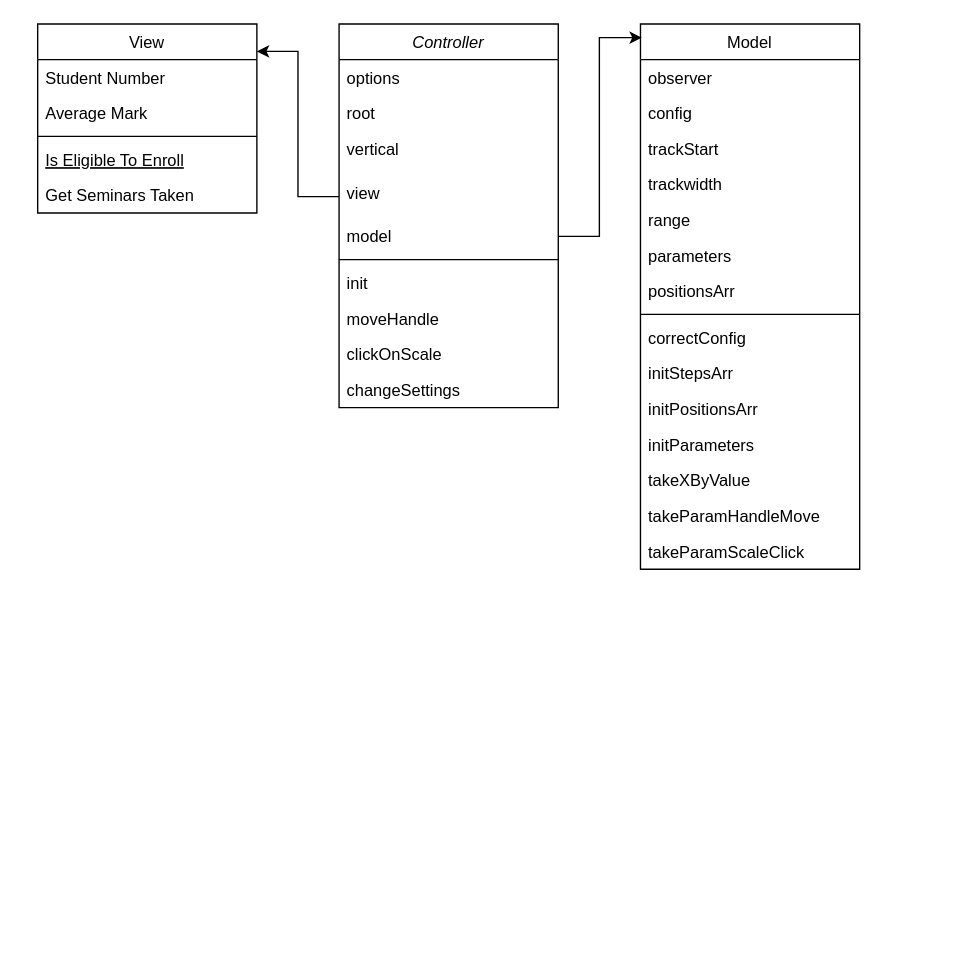
galiaMuslimova/Slider keeps this draw.io diagram as Untitled Diagram.drawio. Above is the earlier version. Source tidied: cells renumbered, new cells numbered last; positions are measured from the earlier drawing's top-left corner, leaving out a move shared by most shapes. Both pictures are drawn from the tidied source at 137%, with x=0, y=0 at pixel (37, 23).
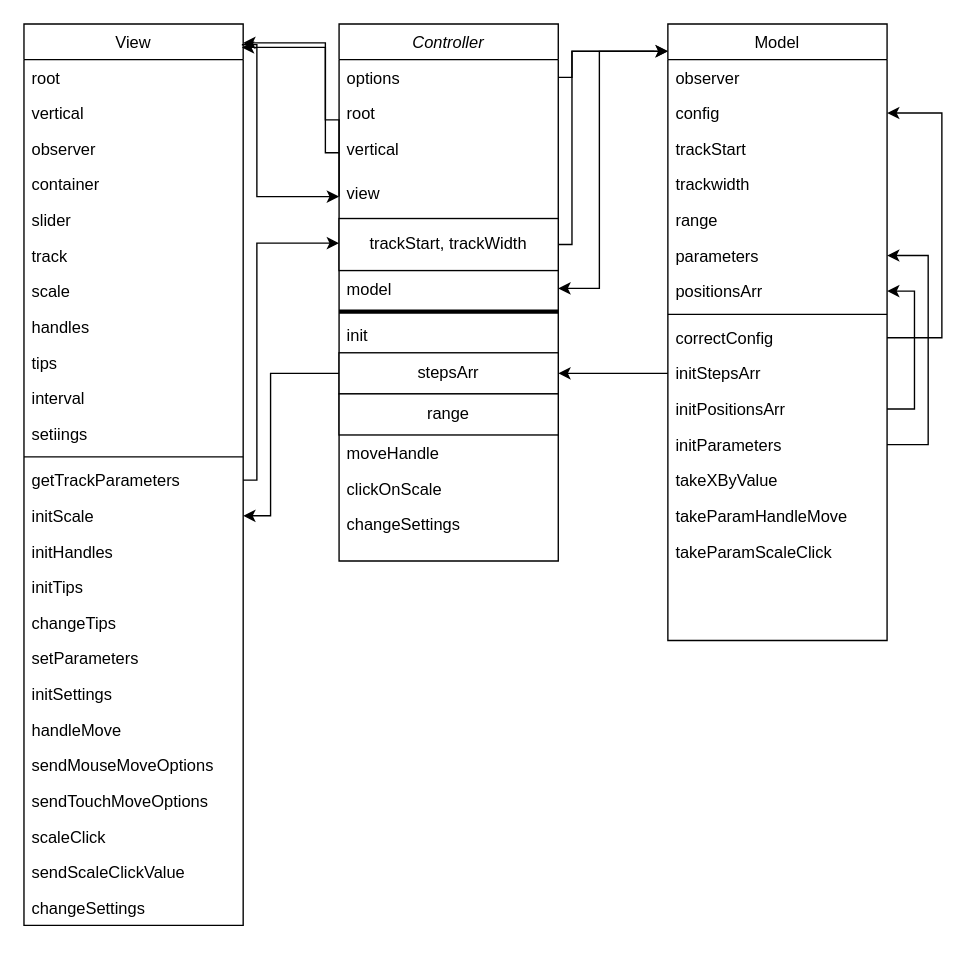
The same page after the edit.

The change refers to these unchanged cells:
```xml
<mxCell id="15" value="positionsArr" style="text;align=left;verticalAlign=top;spacingLeft=4;spacingRight=4;overflow=hidden;points=[[0,0.5],[1,0.5]];portConstraint=eastwest;" parent="8" vertex="1">
  <mxGeometry y="182" width="160" height="26" as="geometry" />
</mxCell>
<mxCell id="17" value="correctConfig" style="text;align=left;verticalAlign=top;spacingLeft=4;spacingRight=4;overflow=hidden;points=[[0,0.5],[1,0.5]];portConstraint=eastwest;rounded=0;shadow=0;html=0;" parent="8" vertex="1">
  <mxGeometry y="216" width="160" height="26" as="geometry" />
</mxCell>
<mxCell id="18" value="initStepsArr" style="text;align=left;verticalAlign=top;spacingLeft=4;spacingRight=4;overflow=hidden;points=[[0,0.5],[1,0.5]];portConstraint=eastwest;rounded=0;shadow=0;html=0;" parent="8" vertex="1">
  <mxGeometry y="242" width="160" height="26" as="geometry" />
</mxCell>
<mxCell id="19" value="initPositionsArr" style="text;align=left;verticalAlign=top;spacingLeft=4;spacingRight=4;overflow=hidden;points=[[0,0.5],[1,0.5]];portConstraint=eastwest;rounded=0;shadow=0;html=0;" parent="8" vertex="1">
  <mxGeometry y="268" width="160" height="26" as="geometry" />
</mxCell>
<mxCell id="20" value="initParameters" style="text;align=left;verticalAlign=top;spacingLeft=4;spacingRight=4;overflow=hidden;points=[[0,0.5],[1,0.5]];portConstraint=eastwest;rounded=0;shadow=0;html=0;" parent="8" vertex="1">
  <mxGeometry y="294" width="160" height="26" as="geometry" />
</mxCell>
<mxCell id="25" value="options" style="text;align=left;verticalAlign=top;spacingLeft=4;spacingRight=4;overflow=hidden;points=[[0,0.5],[1,0.5]];portConstraint=eastwest;" parent="24" vertex="1">
  <mxGeometry y="26" width="160" height="26" as="geometry" />
</mxCell>
<mxCell id="27" value="vertical" style="text;align=left;verticalAlign=top;spacingLeft=4;spacingRight=4;overflow=hidden;points=[[0,0.5],[1,0.5]];portConstraint=eastwest;rounded=0;shadow=0;html=0;" parent="24" vertex="1">
  <mxGeometry y="78" width="160" height="32" as="geometry" />
</mxCell>
<mxCell id="28" value="view" style="text;align=left;verticalAlign=top;spacingLeft=4;spacingRight=4;overflow=hidden;points=[[0,0.5],[1,0.5]];portConstraint=eastwest;rounded=0;shadow=0;html=0;" parent="24" vertex="1">
  <mxGeometry y="110" width="160" height="32" as="geometry" />
</mxCell>
```

Diff of the diagram source:
```diff
@@
     <mxCell id="2" value="View" style="swimlane;fontStyle=0;align=center;verticalAlign=top;horizontal=1;startSize=26;rounded=0;shadow=0;strokeWidth=1;" parent="1" vertex="1">
-      <mxGeometry width="160" height="138" as="geometry" />
+      <mxGeometry x="-10" width="160" height="658" as="geometry" />
     </mxCell>
+    <mxCell id="37" value="root" style="text;align=left;verticalAlign=top;spacingLeft=4;spacingRight=4;overflow=hidden;rounded=0;shadow=0;html=0;" parent="2" vertex="1">
+      <mxGeometry y="26" width="160" height="26" as="geometry" />
+    </mxCell>
-    <mxCell id="3" value="Student Number" style="text;align=left;verticalAlign=top;spacingLeft=4;spacingRight=4;overflow=hidden;" parent="2" vertex="1">
-      <mxGeometry y="26" width="160" height="26" as="geometry" />
+    <mxCell id="3" value="vertical" style="text;align=left;verticalAlign=top;spacingLeft=4;spacingRight=4;overflow=hidden;" parent="2" vertex="1">
+      <mxGeometry y="52" width="160" height="26" as="geometry" />
     </mxCell>
+    <mxCell id="38" value="observer" style="text;align=left;verticalAlign=top;spacingLeft=4;spacingRight=4;overflow=hidden;rounded=0;shadow=0;html=0;" parent="2" vertex="1">
+      <mxGeometry y="78" width="160" height="26" as="geometry" />
+    </mxCell>
+    <mxCell id="39" value="container" style="text;align=left;verticalAlign=top;spacingLeft=4;spacingRight=4;overflow=hidden;rounded=0;shadow=0;html=0;" parent="2" vertex="1">
+      <mxGeometry y="104" width="160" height="26" as="geometry" />
+    </mxCell>
+    <mxCell id="40" value="slider" style="text;align=left;verticalAlign=top;spacingLeft=4;spacingRight=4;overflow=hidden;rounded=0;shadow=0;html=0;" parent="2" vertex="1">
+      <mxGeometry y="130" width="160" height="26" as="geometry" />
+    </mxCell>
+    <mxCell id="41" value="track" style="text;align=left;verticalAlign=top;spacingLeft=4;spacingRight=4;overflow=hidden;rounded=0;shadow=0;html=0;" parent="2" vertex="1">
+      <mxGeometry y="156" width="160" height="26" as="geometry" />
+    </mxCell>
+    <mxCell id="42" value="scale" style="text;align=left;verticalAlign=top;spacingLeft=4;spacingRight=4;overflow=hidden;rounded=0;shadow=0;html=0;" parent="2" vertex="1">
+      <mxGeometry y="182" width="160" height="26" as="geometry" />
+    </mxCell>
+    <mxCell id="43" value="handles" style="text;align=left;verticalAlign=top;spacingLeft=4;spacingRight=4;overflow=hidden;rounded=0;shadow=0;html=0;" parent="2" vertex="1">
+      <mxGeometry y="208" width="160" height="26" as="geometry" />
+    </mxCell>
-    <mxCell id="4" value="Average Mark" style="text;align=left;verticalAlign=top;spacingLeft=4;spacingRight=4;overflow=hidden;rounded=0;shadow=0;html=0;" parent="2" vertex="1">
-      <mxGeometry y="52" width="160" height="26" as="geometry" />
+    <mxCell id="4" value="tips" style="text;align=left;verticalAlign=top;spacingLeft=4;spacingRight=4;overflow=hidden;rounded=0;shadow=0;html=0;" parent="2" vertex="1">
+      <mxGeometry y="234" width="160" height="26" as="geometry" />
     </mxCell>
+    <mxCell id="44" value="interval" style="text;align=left;verticalAlign=top;spacingLeft=4;spacingRight=4;overflow=hidden;rounded=0;shadow=0;html=0;" parent="2" vertex="1">
+      <mxGeometry y="260" width="160" height="26" as="geometry" />
+    </mxCell>
+    <mxCell id="45" value="setiings" style="text;align=left;verticalAlign=top;spacingLeft=4;spacingRight=4;overflow=hidden;rounded=0;shadow=0;html=0;" parent="2" vertex="1">
+      <mxGeometry y="286" width="160" height="26" as="geometry" />
+    </mxCell>
     <mxCell id="5" style="line;html=1;strokeWidth=1;align=left;verticalAlign=middle;spacingTop=-1;spacingLeft=3;spacingRight=3;labelPosition=right;" parent="2" vertex="1">
-      <mxGeometry y="78" width="160" height="8" as="geometry" />
+      <mxGeometry y="312" width="160" height="8" as="geometry" />
     </mxCell>
-    <mxCell id="6" value="Is Eligible To Enroll" style="text;align=left;verticalAlign=top;spacingLeft=4;spacingRight=4;overflow=hidden;fontStyle=4;" parent="2" vertex="1">
-      <mxGeometry y="86" width="160" height="26" as="geometry" />
-    </mxCell>
+    <mxCell id="46" value="getTrackParameters" style="text;align=left;verticalAlign=top;spacingLeft=4;spacingRight=4;overflow=hidden;points=[[0,0.5],[1,0.5]];portConstraint=eastwest;" parent="2" vertex="1">
+      <mxGeometry y="320" width="160" height="26" as="geometry" />
+    </mxCell>
+    <mxCell id="47" value="initScale" style="text;align=left;verticalAlign=top;spacingLeft=4;spacingRight=4;overflow=hidden;points=[[0,0.5],[1,0.5]];portConstraint=eastwest;" parent="2" vertex="1">
+      <mxGeometry y="346" width="160" height="26" as="geometry" />
+    </mxCell>
+    <mxCell id="48" value="initHandles" style="text;align=left;verticalAlign=top;spacingLeft=4;spacingRight=4;overflow=hidden;" parent="2" vertex="1">
+      <mxGeometry y="372" width="160" height="26" as="geometry" />
+    </mxCell>
+    <mxCell id="49" value="initTips" style="text;align=left;verticalAlign=top;spacingLeft=4;spacingRight=4;overflow=hidden;" parent="2" vertex="1">
+      <mxGeometry y="398" width="160" height="26" as="geometry" />
+    </mxCell>
+    <mxCell id="50" value="changeTips" style="text;align=left;verticalAlign=top;spacingLeft=4;spacingRight=4;overflow=hidden;" parent="2" vertex="1">
+      <mxGeometry y="424" width="160" height="26" as="geometry" />
+    </mxCell>
+    <mxCell id="51" value="setParameters" style="text;align=left;verticalAlign=top;spacingLeft=4;spacingRight=4;overflow=hidden;" parent="2" vertex="1">
+      <mxGeometry y="450" width="160" height="26" as="geometry" />
+    </mxCell>
+    <mxCell id="52" value="initSettings" style="text;align=left;verticalAlign=top;spacingLeft=4;spacingRight=4;overflow=hidden;" parent="2" vertex="1">
+      <mxGeometry y="476" width="160" height="26" as="geometry" />
+    </mxCell>
+    <mxCell id="53" value="handleMove" style="text;align=left;verticalAlign=top;spacingLeft=4;spacingRight=4;overflow=hidden;" parent="2" vertex="1">
+      <mxGeometry y="502" width="160" height="26" as="geometry" />
+    </mxCell>
+    <mxCell id="54" value="sendMouseMoveOptions" style="text;align=left;verticalAlign=top;spacingLeft=4;spacingRight=4;overflow=hidden;" parent="2" vertex="1">
+      <mxGeometry y="528" width="160" height="26" as="geometry" />
+    </mxCell>
+    <mxCell id="55" value="sendTouchMoveOptions" style="text;align=left;verticalAlign=top;spacingLeft=4;spacingRight=4;overflow=hidden;" parent="2" vertex="1">
+      <mxGeometry y="554" width="160" height="26" as="geometry" />
+    </mxCell>
+    <mxCell id="56" value="scaleClick" style="text;align=left;verticalAlign=top;spacingLeft=4;spacingRight=4;overflow=hidden;" parent="2" vertex="1">
+      <mxGeometry y="580" width="160" height="26" as="geometry" />
+    </mxCell>
+    <mxCell id="57" value="sendScaleClickValue" style="text;align=left;verticalAlign=top;spacingLeft=4;spacingRight=4;overflow=hidden;" parent="2" vertex="1">
+      <mxGeometry y="606" width="160" height="26" as="geometry" />
+    </mxCell>
-    <mxCell id="7" value="Get Seminars Taken" style="text;align=left;verticalAlign=top;spacingLeft=4;spacingRight=4;overflow=hidden;" parent="2" vertex="1">
-      <mxGeometry y="112" width="160" height="26" as="geometry" />
+    <mxCell id="7" value="changeSettings" style="text;align=left;verticalAlign=top;spacingLeft=4;spacingRight=4;overflow=hidden;" parent="2" vertex="1">
+      <mxGeometry y="632" width="160" height="26" as="geometry" />
     </mxCell>
+    <mxCell id="58" style="edgeStyle=orthogonalEdgeStyle;rounded=0;jettySize=auto;html=1;entryX=1;entryY=0.5;entryDx=0;entryDy=0;" parent="1" edge="1" target="29">
+      <mxGeometry relative="1" as="geometry">
+        <mxPoint x="450" y="20" as="sourcePoint" />
+        <Array as="points">
+          <mxPoint x="410" y="20" />
+          <mxPoint x="410" y="193" />
+        </Array>
+      </mxGeometry>
+    </mxCell>
     <mxCell id="8" value="Model" style="swimlane;fontStyle=0;align=center;verticalAlign=top;horizontal=1;startSize=26;rounded=0;shadow=0;strokeWidth=1;" parent="1" vertex="1">
-      <mxGeometry x="440" width="160" height="398" as="geometry" />
+      <mxGeometry x="460" width="160" height="450" as="geometry" />
     </mxCell>
@@
+    <mxCell id="59" style="edgeStyle=orthogonalEdgeStyle;rounded=0;jettySize=auto;html=1;" parent="8" edge="1" source="19" target="15">
+      <mxGeometry relative="1" as="geometry">
+        <Array as="points">
+          <mxPoint x="180" y="281" />
+          <mxPoint x="180" y="195" />
+        </Array>
+      </mxGeometry>
+    </mxCell>
+    <mxCell id="60" style="edgeStyle=orthogonalEdgeStyle;rounded=0;jettySize=auto;html=1;" parent="8" edge="1" source="20">
+      <mxGeometry relative="1" as="geometry">
+        <mxPoint x="160" y="169" as="targetPoint" />
+        <Array as="points">
+          <mxPoint x="190" y="307" />
+          <mxPoint x="190" y="169" />
+        </Array>
+      </mxGeometry>
+    </mxCell>
+    <mxCell id="61" style="edgeStyle=orthogonalEdgeStyle;rounded=0;jettySize=auto;html=1;" parent="8" edge="1" source="17">
+      <mxGeometry relative="1" as="geometry">
+        <mxPoint x="160" y="65" as="targetPoint" />
+        <Array as="points">
+          <mxPoint x="200" y="229" />
+          <mxPoint x="200" y="65" />
+        </Array>
+      </mxGeometry>
+    </mxCell>
     <mxCell id="24" value="Controller" style="swimlane;fontStyle=2;align=center;verticalAlign=top;horizontal=1;startSize=26;rounded=0;shadow=0;strokeWidth=1;" parent="1" vertex="1">
-      <mxGeometry x="220" width="160" height="280" as="geometry" />
+      <mxGeometry x="220" width="160" height="392" as="geometry" />
     </mxCell>
@@
+    <mxCell id="62" value="trackStart, trackWidth" style="rounded=0;whiteSpace=wrap;html=1;" parent="24" vertex="1">
+      <mxGeometry y="142" width="160" height="38" as="geometry" />
+    </mxCell>
     <mxCell id="29" value="model" style="text;align=left;verticalAlign=top;spacingLeft=4;spacingRight=4;overflow=hidden;points=[[0,0.5],[1,0.5]];portConstraint=eastwest;" parent="24" vertex="1">
-      <mxGeometry y="142" width="160" height="26" as="geometry" />
+      <mxGeometry y="180" width="160" height="26" as="geometry" />
     </mxCell>
-    <mxCell id="30" style="line;html=1;strokeWidth=1;align=left;verticalAlign=middle;spacingTop=-1;spacingLeft=3;spacingRight=3;labelPosition=right;" parent="24" vertex="1">
-      <mxGeometry y="168" width="160" height="8" as="geometry" />
+    <mxCell id="30" style="line;html=1;strokeWidth=3;align=left;verticalAlign=middle;spacingTop=-1;spacingLeft=3;spacingRight=3;labelPosition=right;fontStyle=1;" parent="24" vertex="1">
+      <mxGeometry y="206" width="160" height="8" as="geometry" />
     </mxCell>
     <mxCell id="31" value="init" style="text;align=left;verticalAlign=top;spacingLeft=4;spacingRight=4;overflow=hidden;" parent="24" vertex="1">
-      <mxGeometry y="176" width="160" height="26" as="geometry" />
+      <mxGeometry y="214" width="160" height="26" as="geometry" />
     </mxCell>
+    <mxCell id="63" value="stepsArr" style="rounded=0;whiteSpace=wrap;html=1;" parent="24" vertex="1">
+      <mxGeometry y="240" width="160" height="30" as="geometry" />
+    </mxCell>
+    <mxCell id="64" value="range" style="rounded=0;whiteSpace=wrap;html=1;" parent="24" vertex="1">
+      <mxGeometry y="270" width="160" height="30" as="geometry" />
+    </mxCell>
     <mxCell id="32" value="moveHandle" style="text;align=left;verticalAlign=top;spacingLeft=4;spacingRight=4;overflow=hidden;rounded=0;shadow=0;html=0;" parent="24" vertex="1">
-      <mxGeometry y="202" width="160" height="26" as="geometry" />
+      <mxGeometry y="300" width="160" height="26" as="geometry" />
     </mxCell>
     <mxCell id="33" value="clickOnScale" style="text;align=left;verticalAlign=top;spacingLeft=4;spacingRight=4;overflow=hidden;" parent="24" vertex="1">
-      <mxGeometry y="228" width="160" height="26" as="geometry" />
+      <mxGeometry y="326" width="160" height="26" as="geometry" />
     </mxCell>
     <mxCell id="34" value="changeSettings" style="text;align=left;verticalAlign=top;spacingLeft=4;spacingRight=4;overflow=hidden;" parent="24" vertex="1">
-      <mxGeometry y="254" width="160" height="26" as="geometry" />
+      <mxGeometry y="352" width="160" height="26" as="geometry" />
     </mxCell>
-    <mxCell id="35" style="edgeStyle=orthogonalEdgeStyle;rounded=0;jettySize=auto;html=1;" parent="1" edge="1" source="29">
-      <mxGeometry relative="1" as="geometry">
-        <mxPoint x="441" y="10" as="targetPoint" />
-        <Array as="points">
-          <mxPoint x="410" y="155" />
-          <mxPoint x="410" y="10" />
-          <mxPoint x="441" y="10" />
-        </Array>
-      </mxGeometry>
-    </mxCell>
-    <mxCell id="36" style="edgeStyle=orthogonalEdgeStyle;rounded=0;jettySize=auto;html=1;entryX=1;entryY=0.145;entryDx=0;entryDy=0;entryPerimeter=0;" parent="1" edge="1" source="28" target="2">
-      <mxGeometry relative="1" as="geometry" />
+    <mxCell id="36" style="edgeStyle=orthogonalEdgeStyle;rounded=0;jettySize=auto;html=1;entryX=0.994;entryY=0.026;entryDx=0;entryDy=0;entryPerimeter=0;" parent="1" edge="1" target="2">
+      <mxGeometry relative="1" as="geometry">
+        <mxPoint x="220" y="126" as="sourcePoint" />
+        <Array as="points">
+          <mxPoint x="220" y="70" />
+          <mxPoint x="210" y="70" />
+          <mxPoint x="210" y="17" />
+        </Array>
+      </mxGeometry>
     </mxCell>
+    <mxCell id="65" style="edgeStyle=orthogonalEdgeStyle;rounded=0;jettySize=auto;html=1;" parent="1" edge="1" source="46">
+      <mxGeometry relative="1" as="geometry">
+        <mxPoint x="220" y="160" as="targetPoint" />
+        <Array as="points">
+          <mxPoint x="160" y="333" />
+          <mxPoint x="160" y="160" />
+        </Array>
+      </mxGeometry>
+    </mxCell>
+    <mxCell id="66" style="edgeStyle=orthogonalEdgeStyle;rounded=0;jettySize=auto;html=1;" parent="1" edge="1" source="62">
+      <mxGeometry relative="1" as="geometry">
+        <mxPoint x="460" y="20" as="targetPoint" />
+        <Array as="points">
+          <mxPoint x="390" y="161" />
+          <mxPoint x="390" y="20" />
+        </Array>
+      </mxGeometry>
+    </mxCell>
+    <mxCell id="67" style="edgeStyle=orthogonalEdgeStyle;rounded=0;jettySize=auto;html=1;entryX=0;entryY=0.044;entryDx=0;entryDy=0;entryPerimeter=0;" parent="1" edge="1" source="25" target="8">
+      <mxGeometry relative="1" as="geometry">
+        <Array as="points">
+          <mxPoint x="390" y="39" />
+          <mxPoint x="390" y="20" />
+        </Array>
+      </mxGeometry>
+    </mxCell>
+    <mxCell id="68" style="edgeStyle=orthogonalEdgeStyle;rounded=0;jettySize=auto;html=1;entryX=1;entryY=0.021;entryDx=0;entryDy=0;entryPerimeter=0;" parent="1" edge="1" source="27" target="2">
+      <mxGeometry relative="1" as="geometry">
+        <Array as="points">
+          <mxPoint x="210" y="94" />
+          <mxPoint x="210" y="14" />
+        </Array>
+      </mxGeometry>
+    </mxCell>
+    <mxCell id="69" style="edgeStyle=orthogonalEdgeStyle;rounded=0;jettySize=auto;html=1;exitX=0.994;exitY=0.023;exitDx=0;exitDy=0;exitPerimeter=0;entryX=0;entryY=0.5;entryDx=0;entryDy=0;" parent="1" edge="1" source="2" target="28">
+      <mxGeometry relative="1" as="geometry">
+        <Array as="points">
+          <mxPoint x="160" y="15" />
+          <mxPoint x="160" y="126" />
+        </Array>
+      </mxGeometry>
+    </mxCell>
+    <mxCell id="70" style="edgeStyle=orthogonalEdgeStyle;rounded=0;jettySize=auto;html=1;entryX=1;entryY=0.5;entryDx=0;entryDy=0;" parent="1" edge="1" source="18" target="63">
+      <mxGeometry relative="1" as="geometry" />
+    </mxCell>
+    <mxCell id="71" style="edgeStyle=orthogonalEdgeStyle;rounded=0;jettySize=auto;html=1;entryX=1;entryY=0.5;entryDx=0;entryDy=0;" parent="1" edge="1" source="63" target="47">
+      <mxGeometry relative="1" as="geometry">
+        <Array as="points">
+          <mxPoint x="170" y="255" />
+          <mxPoint x="170" y="359" />
+        </Array>
+      </mxGeometry>
+    </mxCell>
```
